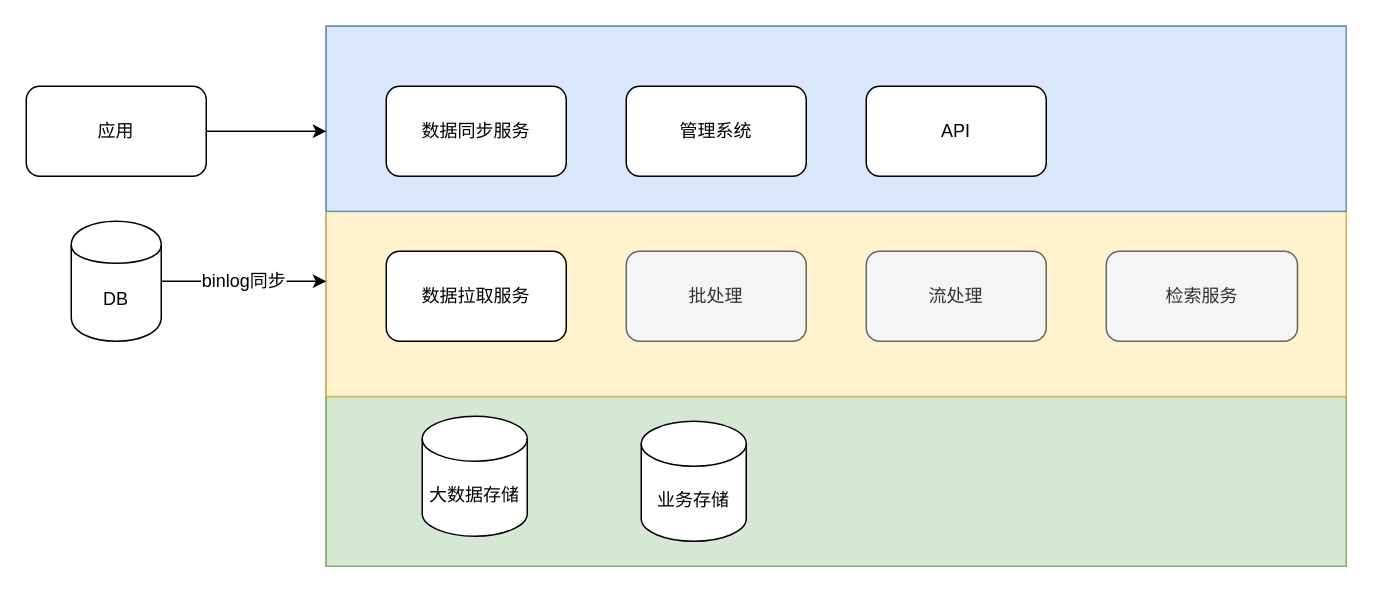
This is tungee/Data Middle Platform/数据中台基础架构.drawio from zhuzz0129/drawio, a draw.io file, before an edit. Source tidied: cells renumbered, new cells numbered last; positions are measured from the earlier drawing's top-left corner, leaving out a move shared by most shapes. Both pictures are drawn from the tidied source at 150%, with x=0, y=0 at pixel (26, 26).
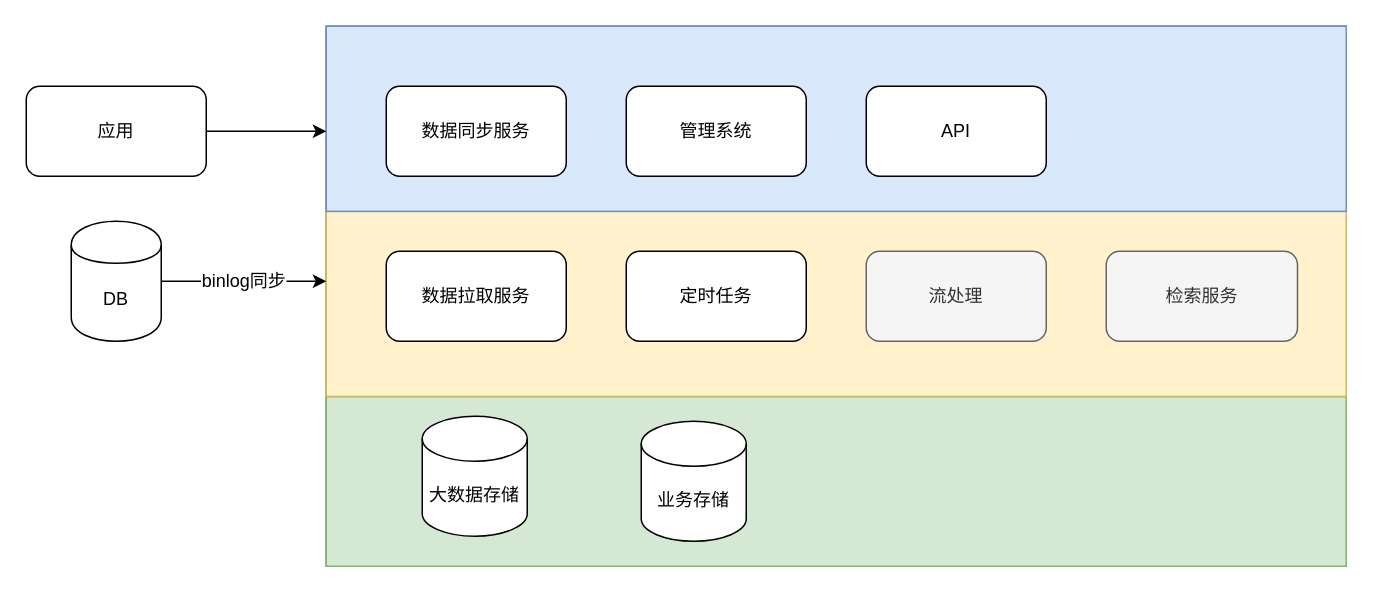
Above is the later version.

Commit message:
更新数据中台基础架构.drawio

Diff of the diagram source:
```diff
@@
-    <mxCell id="17" value="批处理" style="rounded=1;whiteSpace=wrap;html=1;fontSize=12;fillColor=#f5f5f5;strokeColor=#666666;fontColor=#333333;" parent="1" vertex="1">
+    <mxCell id="17" value="定时任务" style="rounded=1;whiteSpace=wrap;html=1;fontSize=12;" parent="1" vertex="1">
       <mxGeometry x="400" y="150" width="120" height="60" as="geometry" />
     </mxCell>
```
